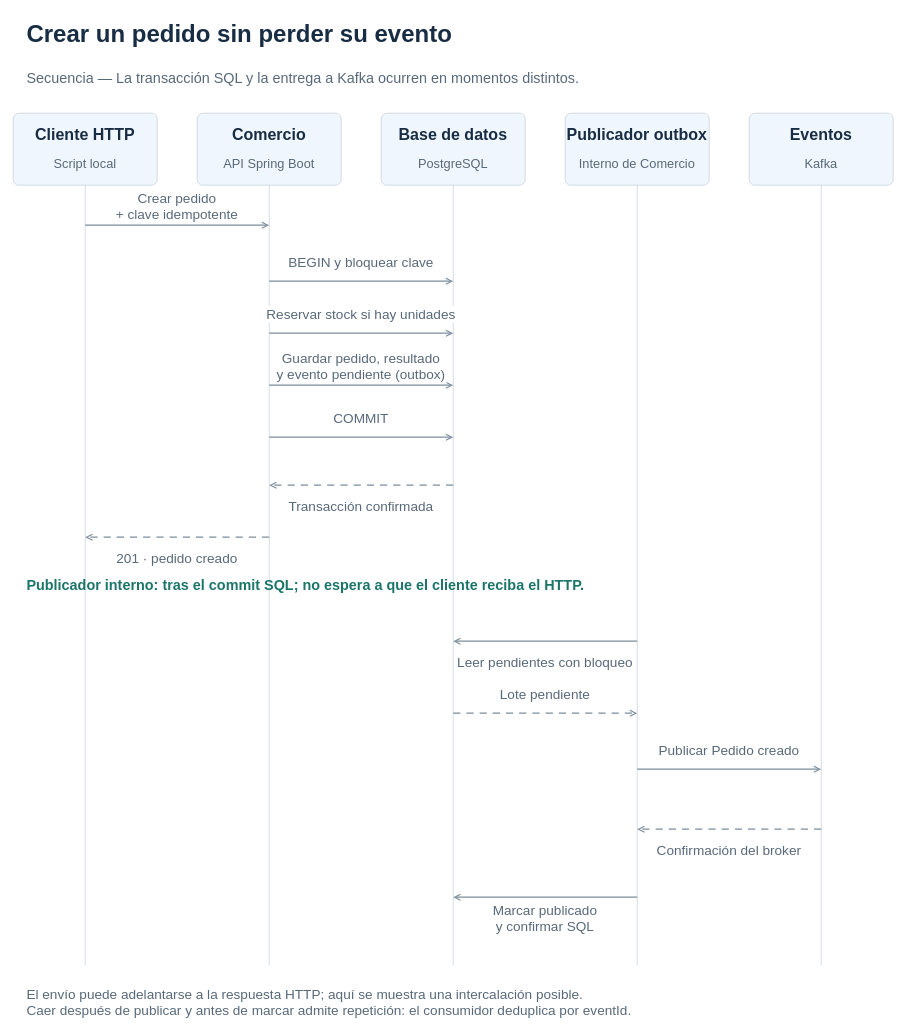
victormartingil/software-architecture keeps this draw.io diagram as page "Crear un pedido sin perder su evento" (6 of 13) of docs/diagrams/architecture.drawio. Above is the earlier version. Source tidied: cells renumbered, new cells numbered last; positions are measured from the earlier drawing's top-left corner, leaving out a move shared by most shapes. Both pictures are drawn from the tidied source at 80%, with x=0, y=0 at pixel (13, 13).
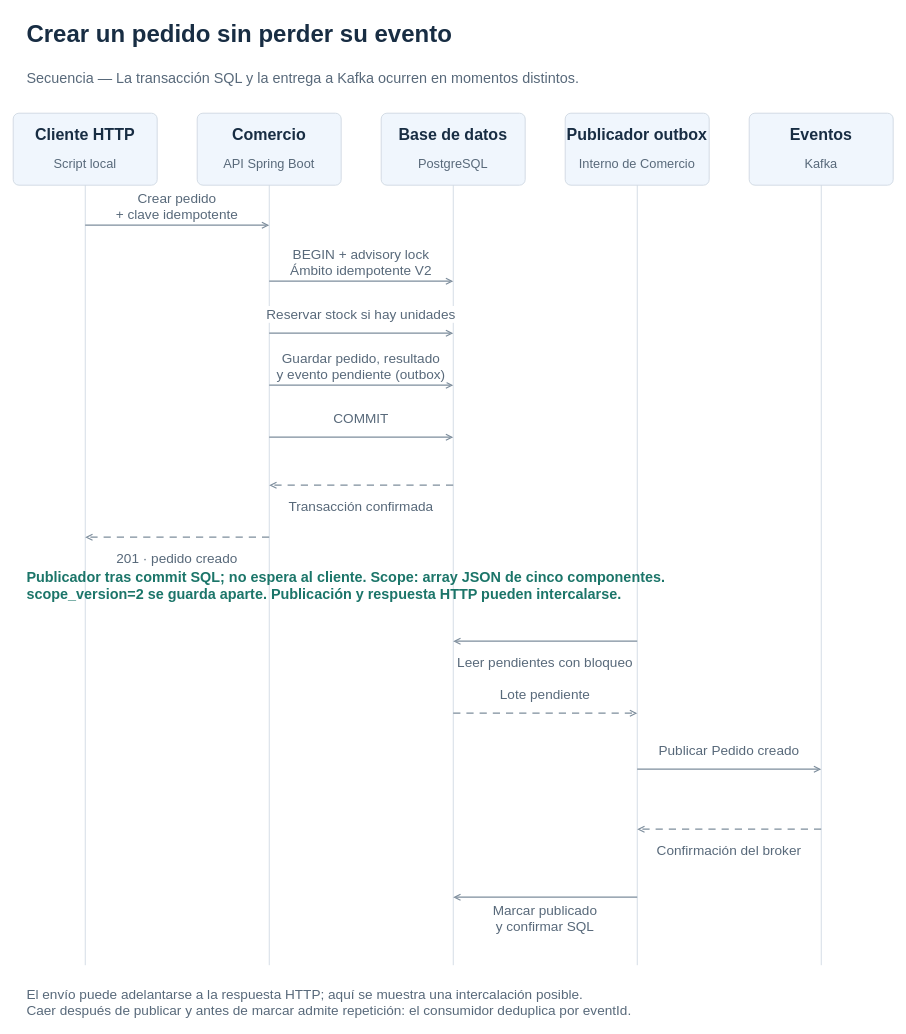
The same page after the edit.

Unchanged cells that the change refers to:
```xml
<mxCell id="32" style="group;fillColor=none;strokeColor=none;" parent="9" vertex="1">
  <mxGeometry x="90" y="210" as="geometry" />
</mxCell>
<mxCell id="33" style="group;fillColor=none;strokeColor=none;" parent="14" vertex="1">
  <mxGeometry x="90" y="210" as="geometry" />
</mxCell>
```

What changed in the source:
```diff
@@
-    <mxCell id="34" value="BEGIN y bloquear clave" style="edgeStyle=none;rounded=1;html=0;strokeColor=#7D8D9C;strokeWidth=1.5;endArrow=open;exitX=0;exitY=0;entryX=0;entryY=0;exitPerimeter=0;entryPerimeter=0;fontFamily=Arial;fontSize=17;fontColor=#58697A;align=center;verticalAlign=middle;labelWidth=240;labelBackgroundColor=#FFFFFF;" parent="1" edge="1" source="32" target="33">
+    <mxCell id="34" value="BEGIN + advisory lock&#10;Ámbito idempotente V2" style="edgeStyle=none;rounded=1;html=0;strokeColor=#7D8D9C;strokeWidth=1.5;endArrow=open;exitX=0;exitY=0;entryX=0;entryY=0;exitPerimeter=0;entryPerimeter=0;fontFamily=Arial;fontSize=17;fontColor=#58697A;align=center;verticalAlign=middle;labelWidth=240;labelBackgroundColor=#FFFFFF;" parent="1" edge="1" source="32" target="33">
       <mxGeometry y="25" relative="1" as="geometry" />
     </mxCell>
@@
-    <mxCell id="50" value="Publicador interno: tras el commit SQL; no espera a que el cliente reciba el HTTP." style="text;html=0;fillColor=none;strokeColor=none;fontFamily=Arial;fontSize=18;fontColor=#1B7569;fontStyle=1;align=left;verticalAlign=middle;" parent="1" vertex="1">
+    <mxCell id="50" value="Publicador tras commit SQL; no espera al cliente. Scope: array JSON de cinco componentes.&#10;scope_version=2 se guarda aparte. Publicación y respuesta HTTP pueden intercalarse." style="text;html=0;fillColor=none;strokeColor=none;fontFamily=Arial;fontSize=18;fontColor=#1B7569;fontStyle=1;align=left;verticalAlign=middle;" parent="1" vertex="1">
       <mxGeometry x="15" y="690" width="1060" height="48" as="geometry" />
     </mxCell>
```
